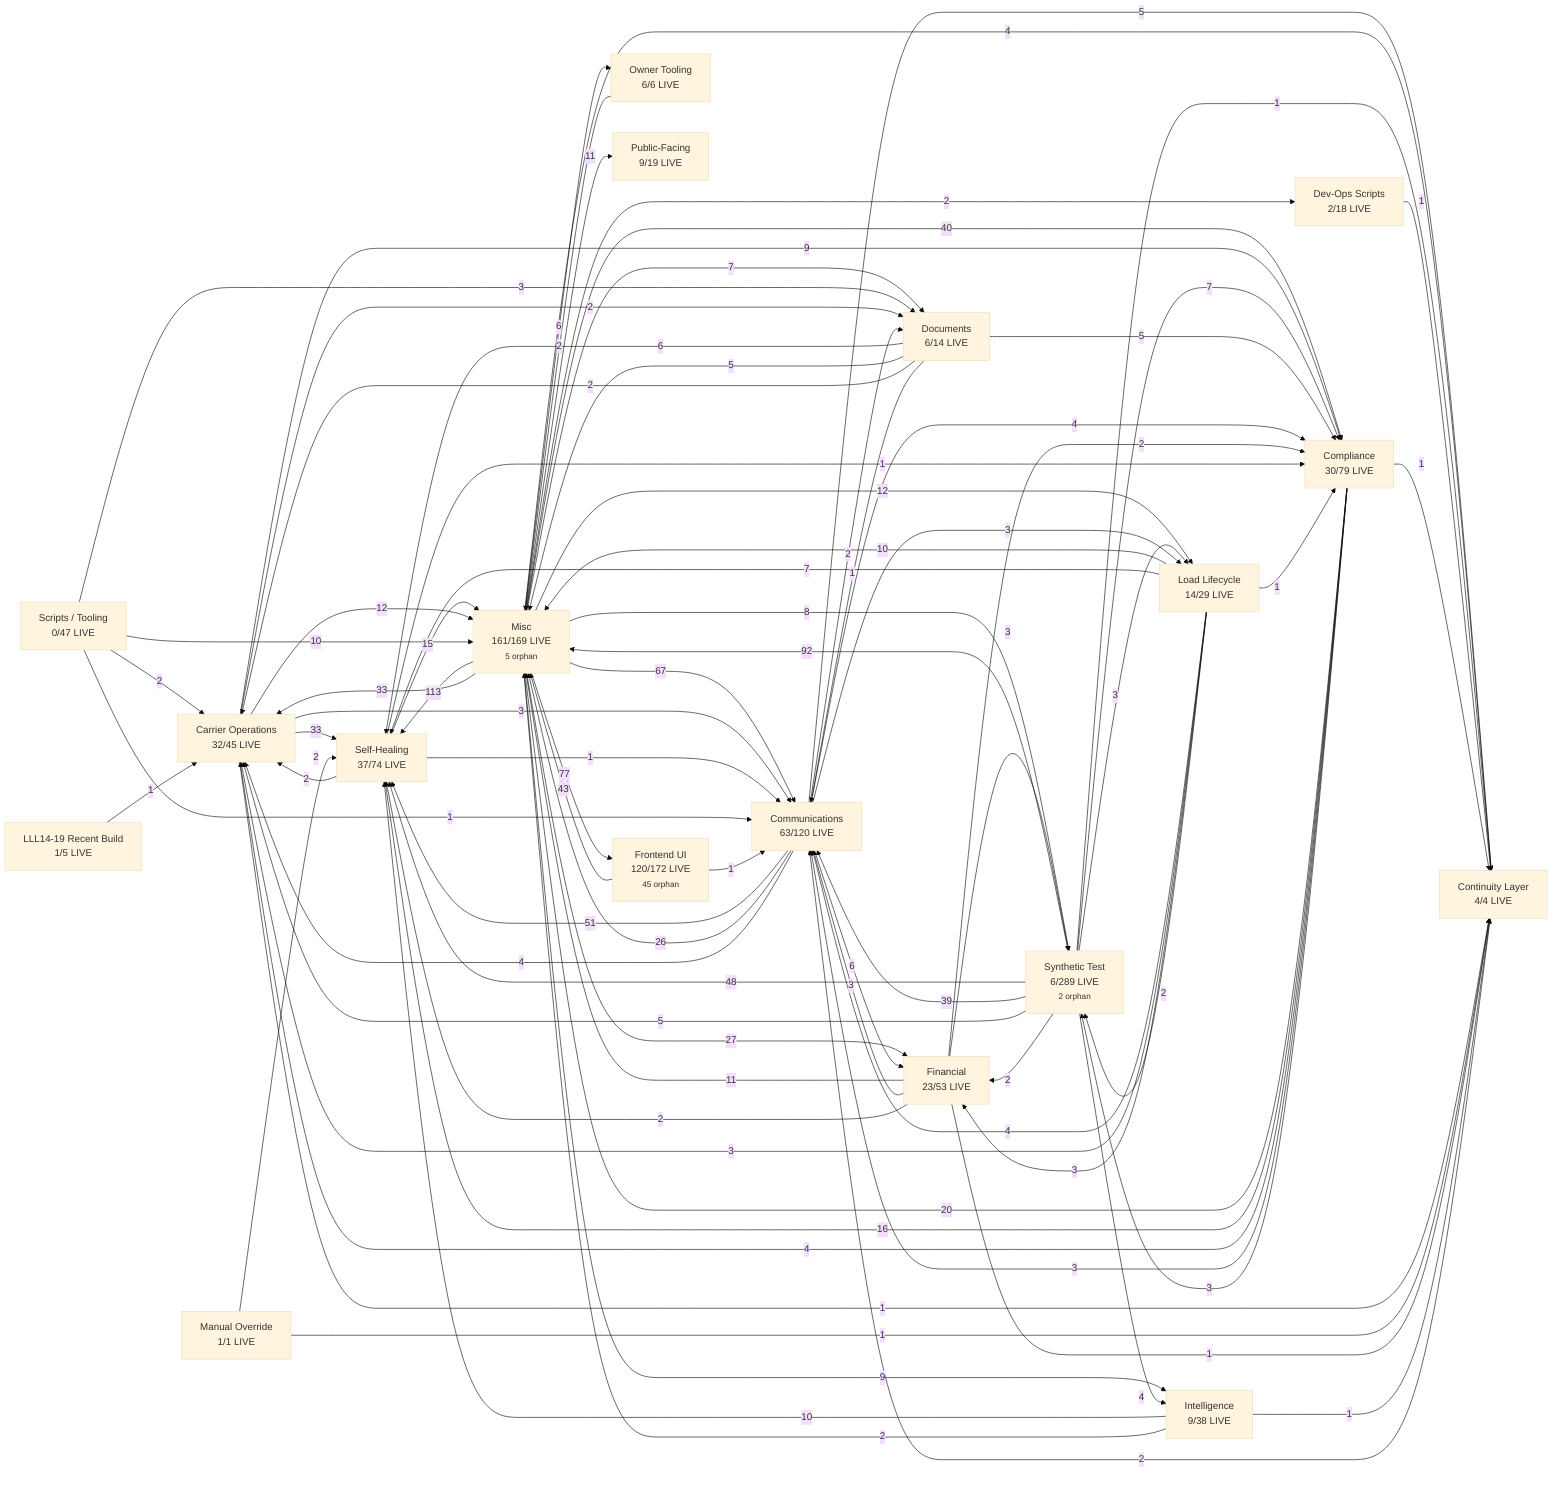
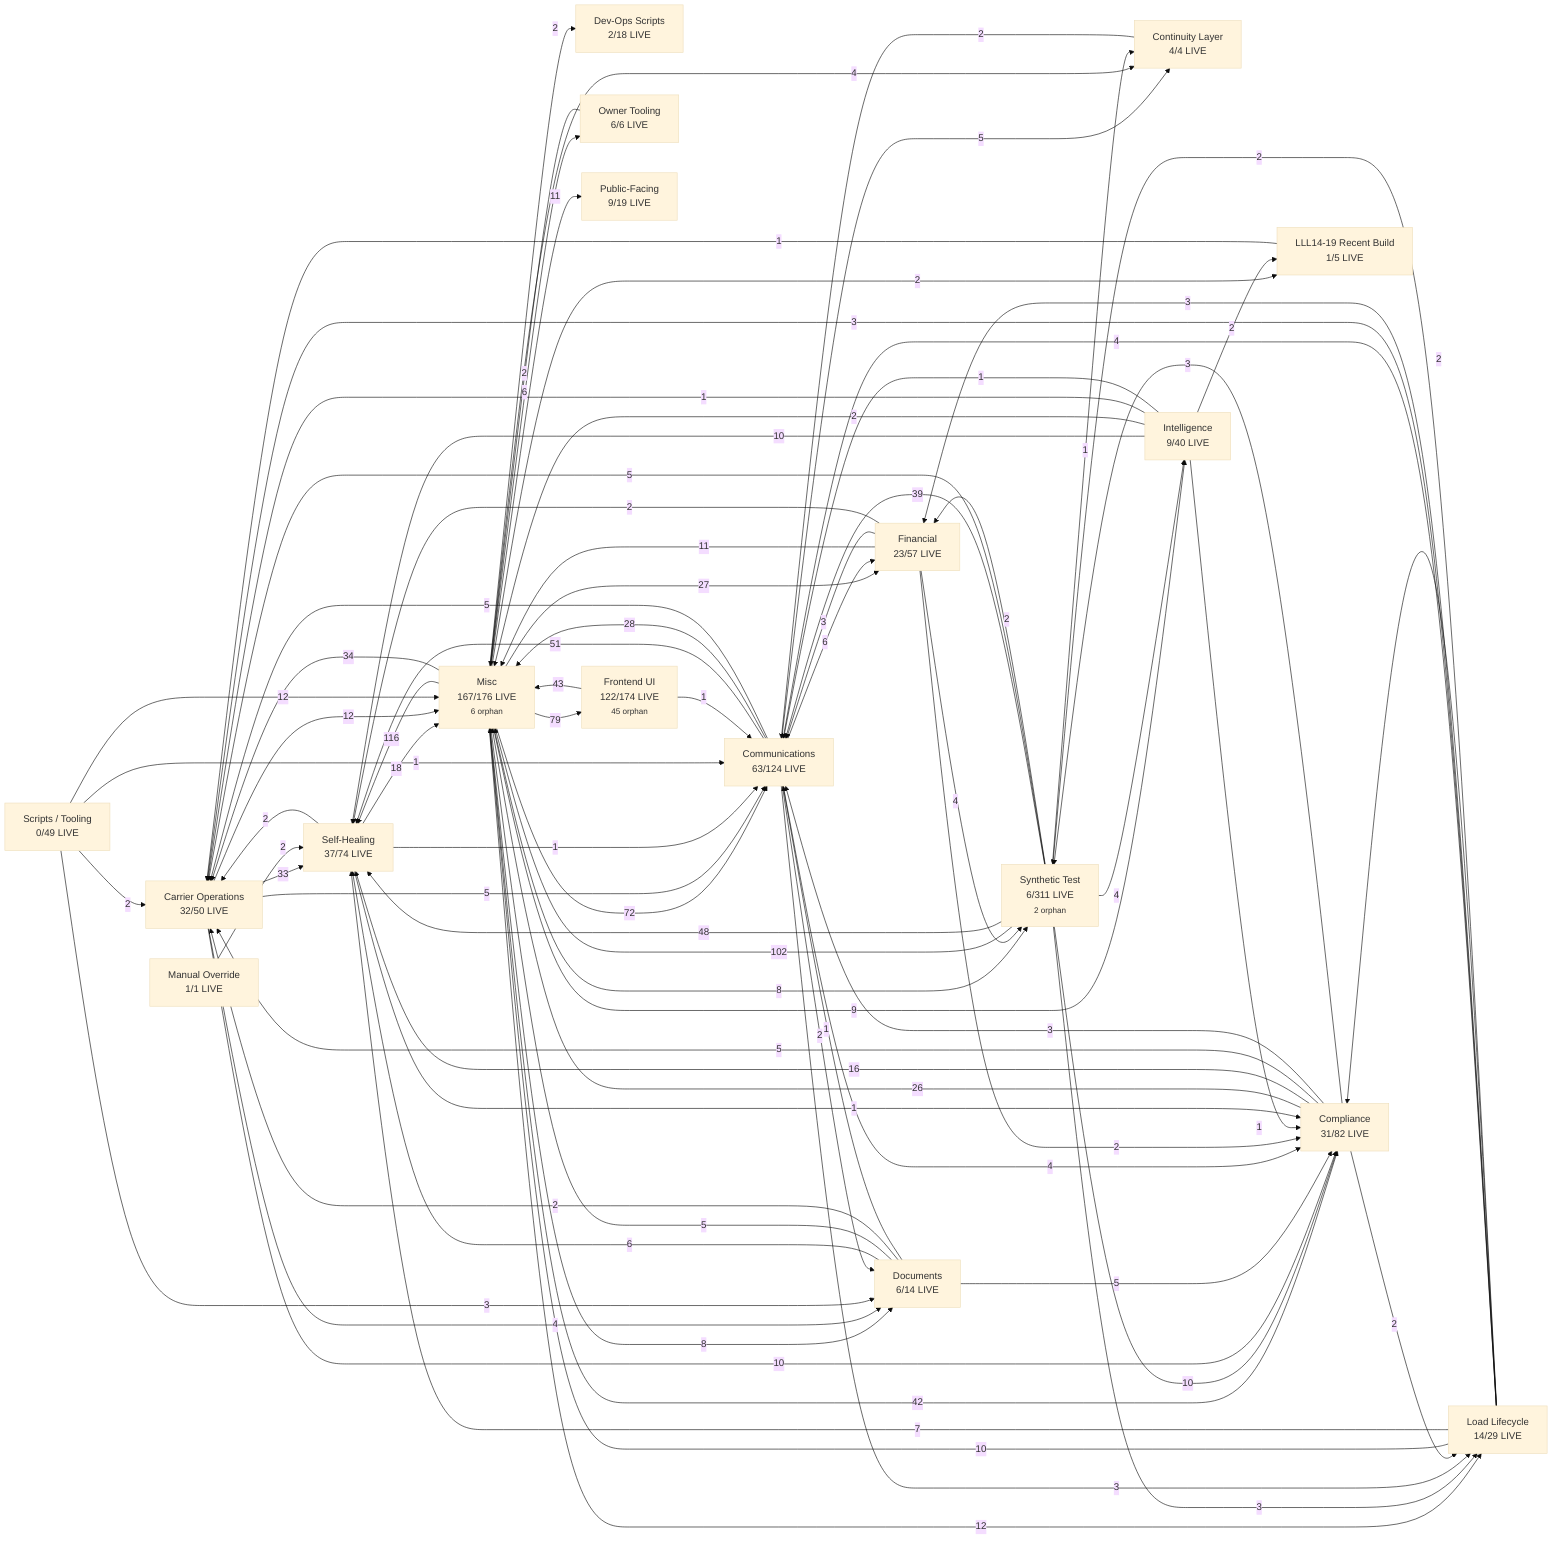
%%{init: {'theme':'base'}}%%
graph LR

  %% Subsystem nodes (size in label = LIVE / total)
-   S_Carrier_Operations["Carrier Operations<br/>32/45 LIVE"]
-   S_Communications["Communications<br/>63/120 LIVE"]
-   S_Compliance["Compliance<br/>30/79 LIVE"]
+   S_Carrier_Operations["Carrier Operations<br/>32/50 LIVE"]
+   S_Communications["Communications<br/>63/124 LIVE"]
+   S_Compliance["Compliance<br/>31/82 LIVE"]
  S_Continuity_Layer["Continuity Layer<br/>4/4 LIVE"]
  S_Dev_Ops_Scripts["Dev-Ops Scripts<br/>2/18 LIVE"]
  S_Documents["Documents<br/>6/14 LIVE"]
-   S_Financial["Financial<br/>23/53 LIVE"]
-   S_Frontend_UI["Frontend UI<br/>120/172 LIVE<br/><small>45 orphan</small>"]
-   S_Intelligence["Intelligence<br/>9/38 LIVE"]
+   S_Financial["Financial<br/>23/57 LIVE"]
+   S_Frontend_UI["Frontend UI<br/>122/174 LIVE<br/><small>45 orphan</small>"]
+   S_Intelligence["Intelligence<br/>9/40 LIVE"]
  S_LLL14_19_Recent_Build["LLL14-19 Recent Build<br/>1/5 LIVE"]
  S_Load_Lifecycle["Load Lifecycle<br/>14/29 LIVE"]
  S_Manual_Override["Manual Override<br/>1/1 LIVE"]
-   S_Misc["Misc<br/>161/169 LIVE<br/><small>5 orphan</small>"]
+   S_Misc["Misc<br/>167/176 LIVE<br/><small>6 orphan</small>"]
  S_Owner_Tooling["Owner Tooling<br/>6/6 LIVE"]
  S_Public_Facing["Public-Facing<br/>9/19 LIVE"]
-   S_Scripts___Tooling["Scripts / Tooling<br/>0/47 LIVE"]
+   S_Scripts___Tooling["Scripts / Tooling<br/>0/49 LIVE"]
  S_Self_Healing["Self-Healing<br/>37/74 LIVE"]
-   S_Synthetic_Test["Synthetic Test<br/>6/289 LIVE<br/><small>2 orphan</small>"]
+   S_Synthetic_Test["Synthetic Test<br/>6/311 LIVE<br/><small>2 orphan</small>"]

  %% Cross-subsystem edges (weighted by caller-file count)
-   S_Misc -- 113 --> S_Self_Healing
-   S_Synthetic_Test -- 92 --> S_Misc
-   S_Misc -- 77 --> S_Frontend_UI
-   S_Misc -- 67 --> S_Communications
+   S_Misc -- 116 --> S_Self_Healing
+   S_Synthetic_Test -- 102 --> S_Misc
+   S_Misc -- 79 --> S_Frontend_UI
+   S_Misc -- 72 --> S_Communications
  S_Communications -- 51 --> S_Self_Healing
  S_Synthetic_Test -- 48 --> S_Self_Healing
  S_Frontend_UI -- 43 --> S_Misc
-   S_Misc -- 40 --> S_Compliance
+   S_Misc -- 42 --> S_Compliance
  S_Synthetic_Test -- 39 --> S_Communications
-   S_Misc -- 33 --> S_Carrier_Operations
+   S_Misc -- 34 --> S_Carrier_Operations
  S_Carrier_Operations -- 33 --> S_Self_Healing
+   S_Communications -- 28 --> S_Misc
  S_Misc -- 27 --> S_Financial
-   S_Communications -- 26 --> S_Misc
-   S_Compliance -- 20 --> S_Misc
+   S_Compliance -- 26 --> S_Misc
+   S_Self_Healing -- 18 --> S_Misc
  S_Compliance -- 16 --> S_Self_Healing
-   S_Self_Healing -- 15 --> S_Misc
  S_Misc -- 12 --> S_Load_Lifecycle
  S_Carrier_Operations -- 12 --> S_Misc
+   S_Scripts___Tooling -- 12 --> S_Misc
  S_Financial -- 11 --> S_Misc
  S_Misc -- 11 --> S_Public_Facing
+   S_Synthetic_Test -- 10 --> S_Compliance
+   S_Carrier_Operations -- 10 --> S_Compliance
  S_Load_Lifecycle -- 10 --> S_Misc
-   S_Scripts___Tooling -- 10 --> S_Misc
  S_Intelligence -- 10 --> S_Self_Healing
-   S_Carrier_Operations -- 9 --> S_Compliance
  S_Misc -- 9 --> S_Intelligence
+   S_Misc -- 8 --> S_Documents
  S_Misc -- 8 --> S_Synthetic_Test
-   S_Synthetic_Test -- 7 --> S_Compliance
-   S_Misc -- 7 --> S_Documents
  S_Load_Lifecycle -- 7 --> S_Self_Healing
  S_Communications -- 6 --> S_Financial
  S_Misc -- 6 --> S_Owner_Tooling
  S_Documents -- 6 --> S_Self_Healing
+   S_Compliance -- 5 --> S_Carrier_Operations
+   S_Communications -- 5 --> S_Carrier_Operations
  S_Synthetic_Test -- 5 --> S_Carrier_Operations
+   S_Carrier_Operations -- 5 --> S_Communications
  S_Documents -- 5 --> S_Compliance
  S_Communications -- 5 --> S_Continuity_Layer
  S_Documents -- 5 --> S_Misc
-   S_Compliance -- 4 --> S_Carrier_Operations
-   S_Communications -- 4 --> S_Carrier_Operations
  S_Load_Lifecycle -- 4 --> S_Communications
  S_Communications -- 4 --> S_Compliance
  S_Misc -- 4 --> S_Continuity_Layer
+   S_Carrier_Operations -- 4 --> S_Documents
  S_Synthetic_Test -- 4 --> S_Intelligence
+   S_Financial -- 4 --> S_Synthetic_Test
  S_Load_Lifecycle -- 3 --> S_Carrier_Operations
  S_Financial -- 3 --> S_Communications
  S_Compliance -- 3 --> S_Communications
-   S_Carrier_Operations -- 3 --> S_Communications
  S_Scripts___Tooling -- 3 --> S_Documents
  S_Load_Lifecycle -- 3 --> S_Financial
  S_Synthetic_Test -- 3 --> S_Load_Lifecycle
  S_Communications -- 3 --> S_Load_Lifecycle
  S_Compliance -- 3 --> S_Synthetic_Test
-   S_Financial -- 3 --> S_Synthetic_Test
  S_Documents -- 2 --> S_Carrier_Operations
  S_Self_Healing -- 2 --> S_Carrier_Operations
  S_Scripts___Tooling -- 2 --> S_Carrier_Operations
  S_Continuity_Layer -- 2 --> S_Communications
+   S_Load_Lifecycle -- 2 --> S_Compliance
  S_Financial -- 2 --> S_Compliance
  S_Misc -- 2 --> S_Dev_Ops_Scripts
-   S_Carrier_Operations -- 2 --> S_Documents
  S_Communications -- 2 --> S_Documents
  S_Synthetic_Test -- 2 --> S_Financial
+   S_Misc -- 2 --> S_LLL14_19_Recent_Build
+   S_Intelligence -- 2 --> S_LLL14_19_Recent_Build
+   S_Compliance -- 2 --> S_Load_Lifecycle
  S_Owner_Tooling -- 2 --> S_Misc
  S_Intelligence -- 2 --> S_Misc
  S_Manual_Override -- 2 --> S_Self_Healing
  S_Financial -- 2 --> S_Self_Healing
  S_Load_Lifecycle -- 2 --> S_Synthetic_Test
+   S_Intelligence -- 1 --> S_Carrier_Operations
  S_LLL14_19_Recent_Build -- 1 --> S_Carrier_Operations
+   S_Intelligence -- 1 --> S_Communications
  S_Documents -- 1 --> S_Communications
  S_Self_Healing -- 1 --> S_Communications
  S_Scripts___Tooling -- 1 --> S_Communications
  S_Frontend_UI -- 1 --> S_Communications
+   S_Intelligence -- 1 --> S_Compliance
  S_Self_Healing -- 1 --> S_Compliance
-   S_Load_Lifecycle -- 1 --> S_Compliance
-   S_Synthetic_Test -- 1 --> S_Continuity_Layer
-   S_Dev_Ops_Scripts -- 1 --> S_Continuity_Layer
-   S_Compliance -- 1 --> S_Continuity_Layer
-   S_Carrier_Operations -- 1 --> S_Continuity_Layer
-   S_Manual_Override -- 1 --> S_Continuity_Layer
-   S_Financial -- 1 --> S_Continuity_Layer
-   S_Intelligence -- 1 --> S_Continuity_Layer+   S_Synthetic_Test -- 1 --> S_Continuity_Layer